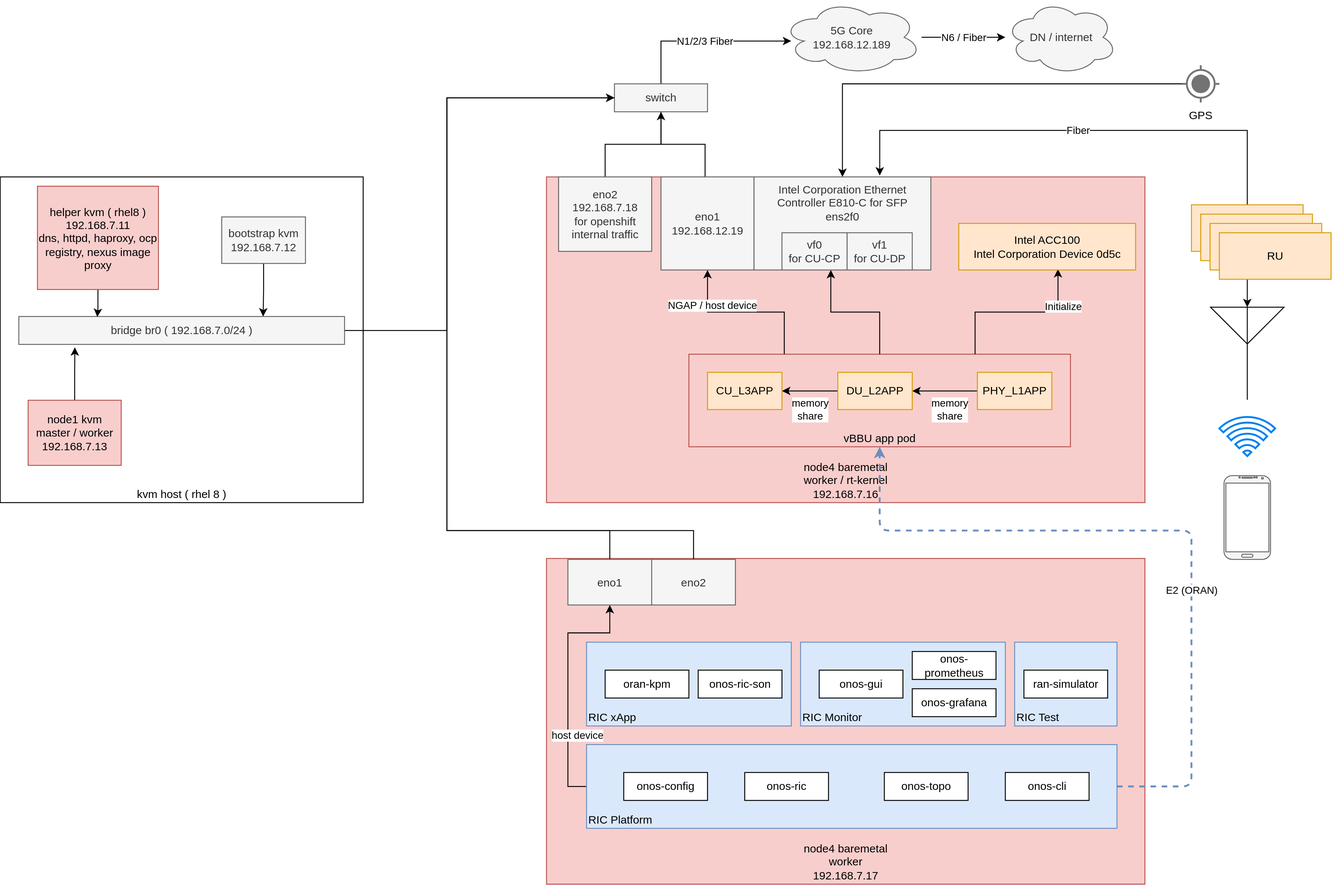
Above: redhat/ocp4/4.10/dia/4.9.real-time.kernel.drawio.svg in wangzheng422/docker_env (draw.io), before the change. Source tidied: cells renumbered, new cells last; positions are measured from the earlier drawing's top-left corner, leaving out a move shared by most shapes.
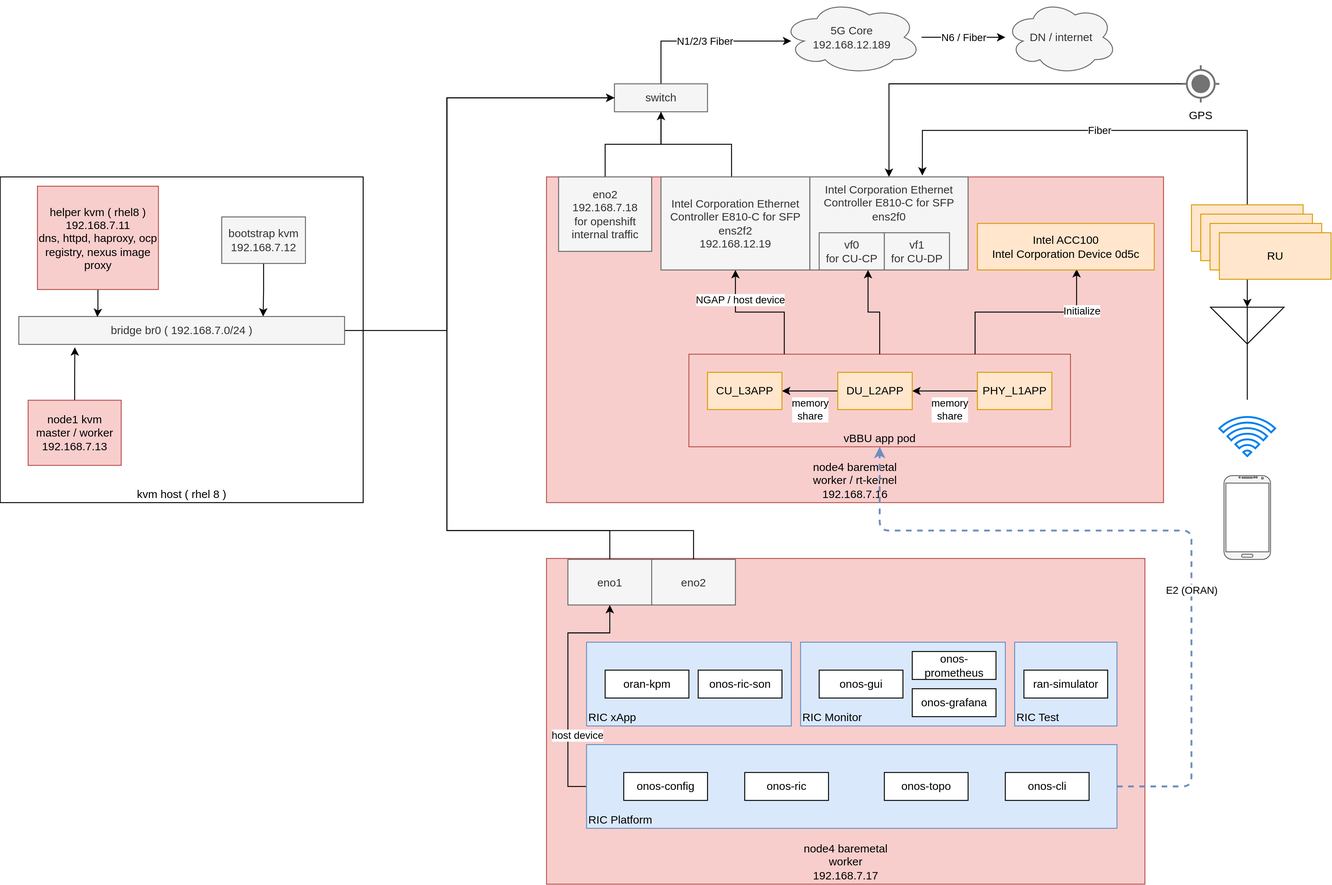
After the change.

Diff of the diagram source:
```diff
@@ -6,7 +6,7 @@
       <mxGeometry y="190" width="390" height="350" as="geometry" />
     </mxCell>
     <mxCell id="3" value="node4 baremetal&lt;br&gt;worker / rt-kernel&lt;br&gt;192.168.7.16" style="rounded=0;whiteSpace=wrap;html=1;verticalAlign=bottom;fillColor=#f8cecc;strokeColor=#b85450;" parent="1" vertex="1">
-      <mxGeometry x="587" y="190" width="643" height="350" as="geometry" />
+      <mxGeometry x="587" y="190" width="663" height="350" as="geometry" />
     </mxCell>
     <mxCell id="4" value="vBBU app pod" style="rounded=0;whiteSpace=wrap;html=1;verticalAlign=bottom;fillColor=#f8cecc;strokeColor=#b85450;" parent="1" vertex="1">
       <mxGeometry x="740" y="380.5" width="410" height="99.5" as="geometry" />
@@ -45,9 +45,6 @@
     <mxCell id="13" value="node4 baremetal&lt;br&gt;worker&lt;br&gt;192.168.7.17" style="rounded=0;whiteSpace=wrap;html=1;verticalAlign=bottom;fillColor=#f8cecc;strokeColor=#b85450;" parent="1" vertex="1">
       <mxGeometry x="587" y="600" width="643" height="350" as="geometry" />
     </mxCell>
-    <mxCell id="14" value="vf0&lt;br&gt;for CU-CP" style="rounded=0;whiteSpace=wrap;html=1;fillColor=#f5f5f5;strokeColor=#666666;fontColor=#333333;" parent="1" vertex="1">
-      <mxGeometry x="840" y="200" width="70" height="40" as="geometry" />
-    </mxCell>
     <mxCell id="15" style="edgeStyle=orthogonalEdgeStyle;rounded=0;jettySize=auto;html=1;entryX=0.75;entryY=1;entryDx=0;entryDy=0;exitX=0.5;exitY=0;exitDx=0;exitDy=0;" parent="1" edge="1" source="4" target="65">
       <mxGeometry x="0.56" y="-5" relative="1" as="geometry" />
     </mxCell>
@@ -114,14 +111,14 @@
     <mxCell id="31" value="DN / internet" style="ellipse;shape=cloud;whiteSpace=wrap;html=1;fillColor=#f5f5f5;strokeColor=#666666;fontColor=#333333;" parent="17" vertex="1">
       <mxGeometry x="1080" width="120" height="80" as="geometry" />
     </mxCell>
-    <mxCell id="32" value="eno1&lt;br&gt;192.168.12.19" style="rounded=0;whiteSpace=wrap;html=1;fillColor=#f5f5f5;strokeColor=#666666;fontColor=#333333;" parent="17" vertex="1">
-      <mxGeometry x="710" y="190" width="100" height="100" as="geometry" />
+    <mxCell id="32" value="Intel Corporation Ethernet Controller E810-C for SFP&lt;br&gt;ens2f2&lt;br&gt;192.168.12.19" style="rounded=0;whiteSpace=wrap;html=1;fillColor=#f5f5f5;strokeColor=#666666;fontColor=#333333;" parent="17" vertex="1">
+      <mxGeometry x="710" y="190" width="160" height="100" as="geometry" />
     </mxCell>
     <mxCell id="33" value="Intel Corporation Ethernet Controller E810-C for SFP&lt;br&gt;ens2f0" style="rounded=0;whiteSpace=wrap;html=1;fillColor=#f5f5f5;strokeColor=#666666;fontColor=#333333;verticalAlign=top;" parent="17" vertex="1">
-      <mxGeometry x="810" y="190" width="190" height="100" as="geometry" />
+      <mxGeometry x="870" y="190" width="170" height="100" as="geometry" />
     </mxCell>
     <mxCell id="34" value="Intel ACC100&lt;br&gt;Intel Corporation Device 0d5c" style="rounded=0;whiteSpace=wrap;html=1;fillColor=#ffe6cc;strokeColor=#d79b00;" parent="17" vertex="1">
-      <mxGeometry x="1030" y="240" width="190" height="50" as="geometry" />
+      <mxGeometry x="1050" y="240" width="190" height="50" as="geometry" />
     </mxCell>
     <mxCell id="35" value="NGAP / host device" style="edgeStyle=orthogonalEdgeStyle;rounded=0;jettySize=auto;html=1;entryX=0.5;entryY=1;entryDx=0;entryDy=0;exitX=0.25;exitY=0;exitDx=0;exitDy=0;" parent="17" edge="1" source="4" target="32">
       <mxGeometry x="0.56" y="-5" relative="1" as="geometry" />
@@ -155,7 +152,7 @@
       <mxGeometry relative="1" as="geometry">
         <Array as="points">
           <mxPoint x="1340" y="140" />
-          <mxPoint x="945" y="140" />
+          <mxPoint x="991" y="140" />
         </Array>
       </mxGeometry>
     </mxCell>
@@ -243,13 +240,13 @@
       <mxGeometry x="700" y="601" width="90" height="49" as="geometry" />
     </mxCell>
     <mxCell id="65" value="vf0&lt;br&gt;for CU-CP" style="rounded=0;whiteSpace=wrap;html=1;fillColor=#f5f5f5;strokeColor=#666666;fontColor=#333333;" parent="17" vertex="1">
-      <mxGeometry x="840" y="250" width="70" height="40" as="geometry" />
+      <mxGeometry x="880" y="250" width="70" height="40" as="geometry" />
     </mxCell>
     <mxCell id="66" value="eno2&lt;br&gt;192.168.7.18&lt;br&gt;for openshift internal traffic" style="rounded=0;whiteSpace=wrap;html=1;fillColor=#f5f5f5;strokeColor=#666666;fontColor=#333333;" parent="17" vertex="1">
       <mxGeometry x="600" y="190" width="100" height="80" as="geometry" />
     </mxCell>
     <mxCell id="67" value="vf1&lt;br&gt;for CU-DP" style="rounded=0;whiteSpace=wrap;html=1;fillColor=#f5f5f5;strokeColor=#666666;fontColor=#333333;" parent="17" vertex="1">
-      <mxGeometry x="910" y="250" width="70" height="40" as="geometry" />
+      <mxGeometry x="950" y="250" width="70" height="40" as="geometry" />
     </mxCell>
   </root>
 </mxGraphModel>
```
